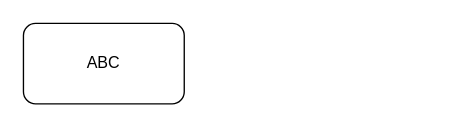
Above: frame/未命名绘图.drawio in newby1/drawio (draw.io), before the change. Source tidied: cells renumbered, new cells numbered last; positions are measured from the earlier drawing's top-left corner, leaving out a move shared by most shapes. Both pictures are drawn from the tidied source at 134%, with x=0, y=0 at pixel (23, 23).
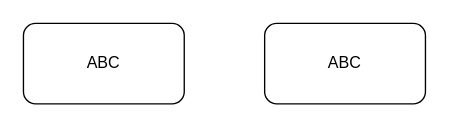
The same diagram, later.

Commit message:
更新未命名绘图.drawio

Diff of the diagram source:
```diff
@@
 <mxGraphModel>
   <root>
     <mxCell id="0" />
     <mxCell id="1" parent="0" />
     <mxCell id="2" value="ABC" style="rounded=1;whiteSpace=wrap;html=1;" parent="1" vertex="1">
       <mxGeometry width="120" height="60" as="geometry" />
     </mxCell>
+    <mxCell id="3" value="ABC" style="rounded=1;whiteSpace=wrap;html=1;" parent="1" vertex="1">
+      <mxGeometry x="180" width="120" height="60" as="geometry" />
+    </mxCell>
   </root>
 </mxGraphModel>
```
